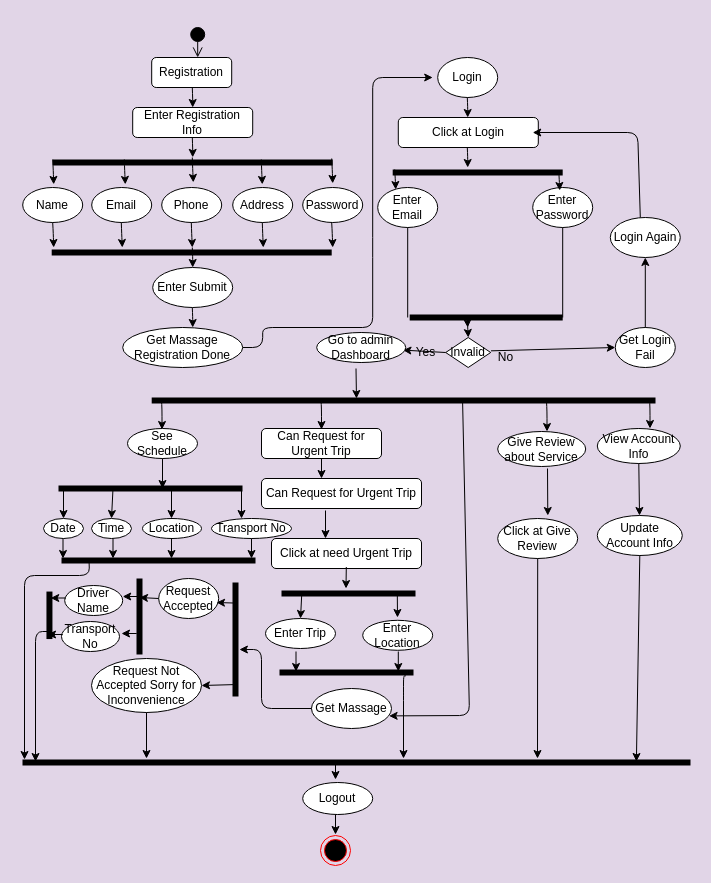
Before: database/Activity Diagram for Employee.drawio in SHIMAISRAFIL/Transport-Schedule, a draw.io diagram. Source tidied: cells renumbered, new cells numbered last; positions are measured from the earlier drawing's top-left corner, leaving out a move shared by most shapes. Both pictures are drawn from the tidied source at 100%, with x=0, y=0 at pixel (22, 26).
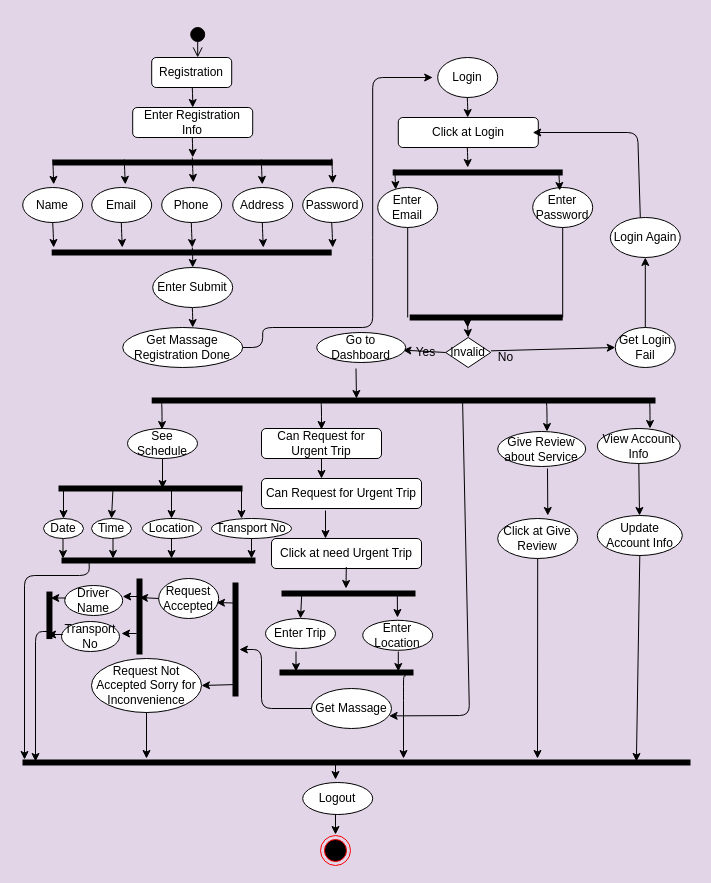
The same diagram, later.

Diff of the diagram source:
```diff
@@
-    <mxCell id="66" value="Go to admin Dashboard" style="ellipse;whiteSpace=wrap;html=1;" parent="1" vertex="1">
+    <mxCell id="66" value="Go to Dashboard" style="ellipse;whiteSpace=wrap;html=1;" parent="1" vertex="1">
       <mxGeometry x="294.2" y="306" width="89" height="30" as="geometry" />
     </mxCell>
```
